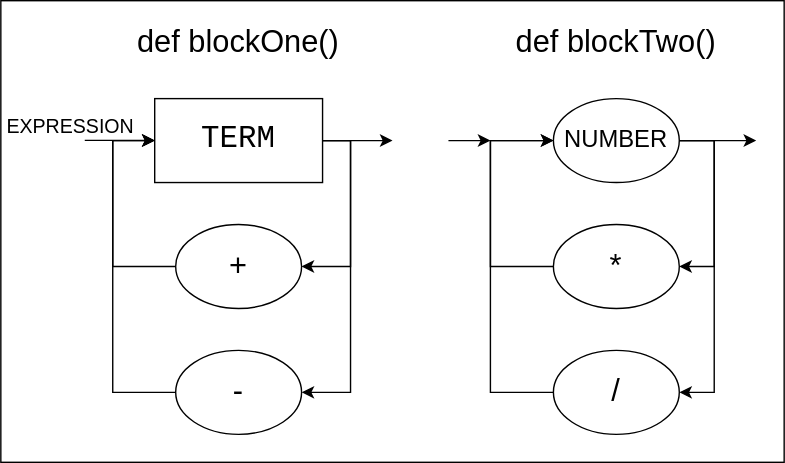
Above: diagrama-sintatico.drawio.svg in HenryRocha/logcomp-compilador (draw.io), before the change. Source tidied: cells renumbered, new cells last; positions are measured from the earlier drawing's top-left corner, leaving out a move shared by most shapes.
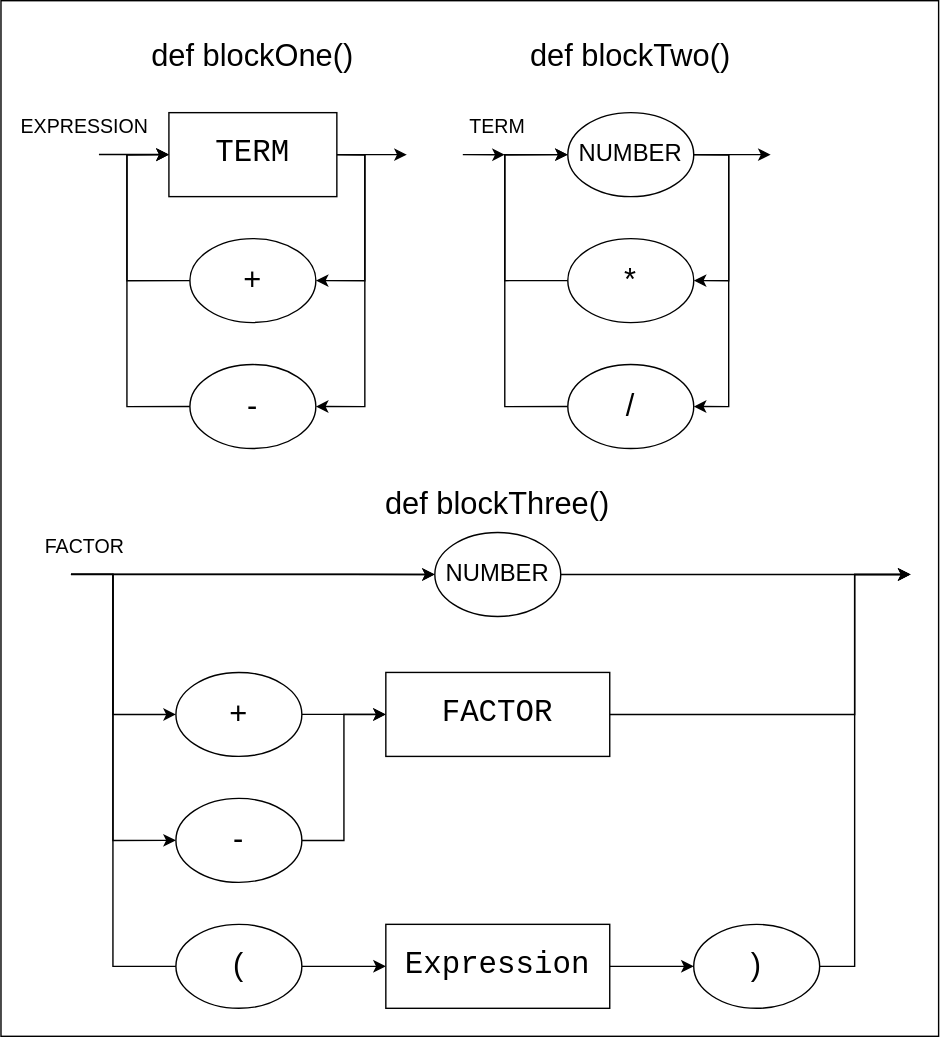
The same diagram one commit later.

The edit, as a diff of the source:
```diff
@@ -3,7 +3,7 @@
     <mxCell id="0" />
     <mxCell id="1" parent="0" />
     <mxCell id="2" style="rounded=0;whiteSpace=wrap;html=1;" parent="1" vertex="1">
-      <mxGeometry width="560" height="330" as="geometry" />
+      <mxGeometry x="-10" y="-10" width="670" height="740" as="geometry" />
     </mxCell>
     <mxCell id="3" style="edgeStyle=orthogonalEdgeStyle;rounded=0;jettySize=auto;html=1;entryX=1;entryY=0.5;entryDx=0;entryDy=0;exitX=1;exitY=0.5;exitDx=0;exitDy=0;" parent="1" edge="1" source="6" target="8">
       <mxGeometry relative="1" as="geometry" />
@@ -110,7 +110,109 @@
       </mxGeometry>
     </mxCell>
     <mxCell id="23" value="&lt;font style=&quot;font-size: 14px&quot;&gt;EXPRESSION&lt;/font&gt;" style="text;html=1;strokeColor=none;fillColor=none;align=center;verticalAlign=middle;whiteSpace=wrap;rounded=0;" parent="1" vertex="1">
-      <mxGeometry y="80" width="100" height="20" as="geometry" />
+      <mxGeometry y="70" width="100" height="20" as="geometry" />
     </mxCell>
+    <mxCell id="24" style="edgeStyle=orthogonalEdgeStyle;rounded=0;jettySize=auto;html=1;entryX=0;entryY=0.5;entryDx=0;entryDy=0;" parent="1" edge="1" source="25" target="33">
+      <mxGeometry relative="1" as="geometry" />
+    </mxCell>
+    <mxCell id="25" value="&lt;font style=&quot;font-size: 22px&quot;&gt;+&lt;/font&gt;" style="ellipse;whiteSpace=wrap;html=1;" parent="1" vertex="1">
+      <mxGeometry x="115" y="470" width="90" height="60" as="geometry" />
+    </mxCell>
+    <mxCell id="26" style="edgeStyle=orthogonalEdgeStyle;rounded=0;jettySize=auto;html=1;entryX=0;entryY=0.5;entryDx=0;entryDy=0;" parent="1" edge="1" source="27" target="33">
+      <mxGeometry relative="1" as="geometry" />
+    </mxCell>
+    <mxCell id="27" value="&lt;font style=&quot;font-size: 22px&quot;&gt;-&lt;/font&gt;" style="ellipse;whiteSpace=wrap;html=1;" parent="1" vertex="1">
+      <mxGeometry x="115" y="560" width="90" height="60" as="geometry" />
+    </mxCell>
+    <mxCell id="28" style="edgeStyle=orthogonalEdgeStyle;rounded=0;jettySize=auto;html=1;" parent="1" edge="1" source="29">
+      <mxGeometry relative="1" as="geometry">
+        <mxPoint x="640" y="400" as="targetPoint" />
+      </mxGeometry>
+    </mxCell>
+    <mxCell id="29" value="&lt;font style=&quot;font-size: 17px&quot;&gt;NUMBER&lt;/font&gt;" style="ellipse;whiteSpace=wrap;html=1;" parent="1" vertex="1">
+      <mxGeometry x="300" y="370" width="90" height="60" as="geometry" />
+    </mxCell>
+    <mxCell id="30" style="edgeStyle=orthogonalEdgeStyle;rounded=0;jettySize=auto;html=1;entryX=0;entryY=0.5;entryDx=0;entryDy=0;" parent="1" edge="1" source="31" target="35">
+      <mxGeometry relative="1" as="geometry" />
+    </mxCell>
+    <mxCell id="31" value="&lt;font style=&quot;font-size: 22px&quot;&gt;(&lt;/font&gt;" style="ellipse;whiteSpace=wrap;html=1;" parent="1" vertex="1">
+      <mxGeometry x="115" y="650" width="90" height="60" as="geometry" />
+    </mxCell>
+    <mxCell id="32" style="edgeStyle=orthogonalEdgeStyle;rounded=0;jettySize=auto;html=1;" parent="1" edge="1" source="33">
+      <mxGeometry relative="1" as="geometry">
+        <mxPoint x="640" y="400" as="targetPoint" />
+        <Array as="points">
+          <mxPoint x="600" y="500" />
+          <mxPoint x="600" y="400" />
+        </Array>
+      </mxGeometry>
+    </mxCell>
+    <mxCell id="33" value="&lt;font face=&quot;Courier New&quot; style=&quot;font-size: 22px&quot;&gt;FACTOR&lt;/font&gt;" style="rounded=0;whiteSpace=wrap;html=1;" parent="1" vertex="1">
+      <mxGeometry x="265" y="470" width="160" height="60" as="geometry" />
+    </mxCell>
+    <mxCell id="34" style="edgeStyle=orthogonalEdgeStyle;rounded=0;jettySize=auto;html=1;entryX=0;entryY=0.5;entryDx=0;entryDy=0;" parent="1" edge="1" source="35" target="37">
+      <mxGeometry relative="1" as="geometry" />
+    </mxCell>
+    <mxCell id="35" value="&lt;font face=&quot;Courier New&quot; style=&quot;font-size: 22px&quot;&gt;Expression&lt;/font&gt;" style="rounded=0;whiteSpace=wrap;html=1;" parent="1" vertex="1">
+      <mxGeometry x="265" y="650" width="160" height="60" as="geometry" />
+    </mxCell>
+    <mxCell id="36" style="edgeStyle=orthogonalEdgeStyle;rounded=0;jettySize=auto;html=1;" parent="1" edge="1" source="37">
+      <mxGeometry relative="1" as="geometry">
+        <mxPoint x="640" y="400" as="targetPoint" />
+        <Array as="points">
+          <mxPoint x="600" y="680" />
+          <mxPoint x="600" y="400" />
+        </Array>
+      </mxGeometry>
+    </mxCell>
+    <mxCell id="37" value="&lt;font style=&quot;font-size: 22px&quot;&gt;)&lt;/font&gt;" style="ellipse;whiteSpace=wrap;html=1;" parent="1" vertex="1">
+      <mxGeometry x="485" y="650" width="90" height="60" as="geometry" />
+    </mxCell>
+    <mxCell id="38" style="edgeStyle=orthogonalEdgeStyle;rounded=0;jettySize=auto;html=1;entryX=0;entryY=0.5;entryDx=0;entryDy=0;exitX=0;exitY=0.5;exitDx=0;exitDy=0;" parent="1" edge="1" target="29">
+      <mxGeometry relative="1" as="geometry">
+        <mxPoint x="115" y="680" as="sourcePoint" />
+        <Array as="points">
+          <mxPoint x="70" y="680" />
+          <mxPoint x="70" y="400" />
+        </Array>
+      </mxGeometry>
+    </mxCell>
+    <mxCell id="39" style="edgeStyle=orthogonalEdgeStyle;rounded=0;orthogonalLoop=1;jettySize=auto;html=1;" parent="1" edge="1">
+      <mxGeometry relative="1" as="geometry">
+        <mxPoint x="40" y="399.8" as="sourcePoint" />
+        <mxPoint x="300" y="400" as="targetPoint" />
+        <Array as="points">
+          <mxPoint x="240" y="400" />
+          <mxPoint x="240" y="400" />
+        </Array>
+      </mxGeometry>
+    </mxCell>
+    <mxCell id="40" style="edgeStyle=orthogonalEdgeStyle;rounded=0;jettySize=auto;html=1;entryX=0;entryY=0.5;entryDx=0;entryDy=0;" parent="1" edge="1" target="25">
+      <mxGeometry relative="1" as="geometry">
+        <mxPoint x="40" y="399.8" as="sourcePoint" />
+        <Array as="points">
+          <mxPoint x="70" y="400" />
+          <mxPoint x="70" y="500" />
+        </Array>
+      </mxGeometry>
+    </mxCell>
+    <mxCell id="41" style="edgeStyle=orthogonalEdgeStyle;rounded=0;jettySize=auto;html=1;entryX=0;entryY=0.5;entryDx=0;entryDy=0;" parent="1" edge="1" target="27">
+      <mxGeometry relative="1" as="geometry">
+        <mxPoint x="40" y="400" as="sourcePoint" />
+        <Array as="points">
+          <mxPoint x="70" y="400" />
+          <mxPoint x="70" y="590" />
+        </Array>
+      </mxGeometry>
+    </mxCell>
+    <mxCell id="42" value="&lt;font style=&quot;font-size: 14px&quot;&gt;FACTOR&lt;/font&gt;" style="text;html=1;strokeColor=none;fillColor=none;align=center;verticalAlign=middle;whiteSpace=wrap;rounded=0;" parent="1" vertex="1">
+      <mxGeometry y="370" width="100" height="20" as="geometry" />
+    </mxCell>
+    <mxCell id="43" value="&lt;font style=&quot;font-size: 14px&quot;&gt;TERM&lt;/font&gt;" style="text;html=1;strokeColor=none;fillColor=none;align=center;verticalAlign=middle;whiteSpace=wrap;rounded=0;" parent="1" vertex="1">
+      <mxGeometry x="295" y="70" width="100" height="20" as="geometry" />
+    </mxCell>
+    <mxCell id="44" value="&lt;span style=&quot;font-size: 22px&quot;&gt;def blockThree()&lt;/span&gt;" style="text;html=1;strokeColor=none;fillColor=none;align=center;verticalAlign=middle;whiteSpace=wrap;rounded=0;" parent="1" vertex="1">
+      <mxGeometry x="235" y="340" width="220" height="20" as="geometry" />
+    </mxCell>
   </root>
 </mxGraphModel>
```
